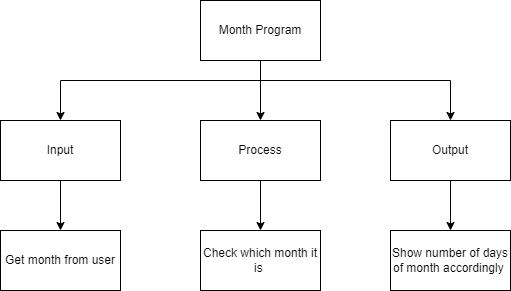
Earlier version of the draw.io export top-down.png (Huzaifa-Khalid-2/ICS3U-Unit4-07-Python). Source tidied: cells renumbered, new cells last; positions are measured from the earlier drawing's top-left corner, leaving out a move shared by most shapes. The source it was exported from:
```xml
<mxGraphModel>
  <root>
    <mxCell id="0" />
    <mxCell id="1" parent="0" />
    <mxCell id="2" style="edgeStyle=none;html=1;entryX=0.5;entryY=0;entryDx=0;entryDy=0;" parent="1" edge="1" source="5" target="7">
      <mxGeometry relative="1" as="geometry" />
    </mxCell>
    <mxCell id="3" style="edgeStyle=orthogonalEdgeStyle;html=1;rounded=0;" parent="1" edge="1" source="5" target="9">
      <mxGeometry relative="1" as="geometry">
        <Array as="points">
          <mxPoint x="260" y="80" />
          <mxPoint x="60" y="80" />
        </Array>
      </mxGeometry>
    </mxCell>
    <mxCell id="4" style="edgeStyle=orthogonalEdgeStyle;rounded=0;html=1;" parent="1" edge="1" source="5" target="11">
      <mxGeometry relative="1" as="geometry">
        <Array as="points">
          <mxPoint x="260" y="80" />
          <mxPoint x="450" y="80" />
        </Array>
      </mxGeometry>
    </mxCell>
    <mxCell id="5" value="Month Program" style="rounded=0;whiteSpace=wrap;html=1;" parent="1" vertex="1">
      <mxGeometry x="200" width="120" height="60" as="geometry" />
    </mxCell>
    <mxCell id="6" style="edgeStyle=orthogonalEdgeStyle;html=1;entryX=0.5;entryY=0;entryDx=0;entryDy=0;rounded=0;" parent="1" edge="1" source="7" target="13">
      <mxGeometry relative="1" as="geometry" />
    </mxCell>
    <mxCell id="7" value="Process" style="rounded=0;whiteSpace=wrap;html=1;" parent="1" vertex="1">
      <mxGeometry x="200" y="120" width="120" height="60" as="geometry" />
    </mxCell>
    <mxCell id="8" style="edgeStyle=orthogonalEdgeStyle;rounded=0;html=1;" parent="1" edge="1" source="9" target="12">
      <mxGeometry relative="1" as="geometry">
        <Array as="points">
          <mxPoint x="60" y="230" />
          <mxPoint x="60" y="230" />
        </Array>
      </mxGeometry>
    </mxCell>
    <mxCell id="9" value="Input" style="rounded=0;whiteSpace=wrap;html=1;" parent="1" vertex="1">
      <mxGeometry y="120" width="120" height="60" as="geometry" />
    </mxCell>
    <mxCell id="10" style="edgeStyle=orthogonalEdgeStyle;rounded=0;html=1;" parent="1" edge="1" source="11" target="14">
      <mxGeometry relative="1" as="geometry" />
    </mxCell>
    <mxCell id="11" value="Output" style="rounded=0;whiteSpace=wrap;html=1;" parent="1" vertex="1">
      <mxGeometry x="390" y="120" width="120" height="60" as="geometry" />
    </mxCell>
    <mxCell id="12" value="Get month from user" style="rounded=0;whiteSpace=wrap;html=1;" parent="1" vertex="1">
      <mxGeometry y="230" width="120" height="60" as="geometry" />
    </mxCell>
    <mxCell id="13" value="Check which month it is&amp;nbsp;" style="rounded=0;whiteSpace=wrap;html=1;" parent="1" vertex="1">
      <mxGeometry x="200" y="230" width="120" height="60" as="geometry" />
    </mxCell>
    <mxCell id="14" value="Show number of days of month accordingly&amp;nbsp;" style="rounded=0;whiteSpace=wrap;html=1;" parent="1" vertex="1">
      <mxGeometry x="390" y="230" width="120" height="60" as="geometry" />
    </mxCell>
  </root>
</mxGraphModel>
```
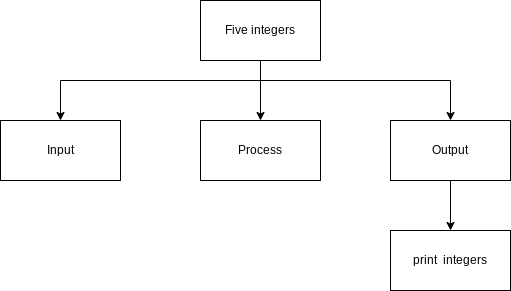
After the change.

Commit message:
edited_top_down

Change to the diagram source:
```diff
@@ -21,23 +21,12 @@
         </Array>
       </mxGeometry>
     </mxCell>
-    <mxCell id="5" value="Month Program" style="rounded=0;whiteSpace=wrap;html=1;" parent="1" vertex="1">
+    <mxCell id="5" value="Five integers" style="rounded=0;whiteSpace=wrap;html=1;" parent="1" vertex="1">
       <mxGeometry x="200" width="120" height="60" as="geometry" />
     </mxCell>
-    <mxCell id="6" style="edgeStyle=orthogonalEdgeStyle;html=1;entryX=0.5;entryY=0;entryDx=0;entryDy=0;rounded=0;" parent="1" edge="1" source="7" target="13">
-      <mxGeometry relative="1" as="geometry" />
-    </mxCell>
     <mxCell id="7" value="Process" style="rounded=0;whiteSpace=wrap;html=1;" parent="1" vertex="1">
       <mxGeometry x="200" y="120" width="120" height="60" as="geometry" />
     </mxCell>
-    <mxCell id="8" style="edgeStyle=orthogonalEdgeStyle;rounded=0;html=1;" parent="1" edge="1" source="9" target="12">
-      <mxGeometry relative="1" as="geometry">
-        <Array as="points">
-          <mxPoint x="60" y="230" />
-          <mxPoint x="60" y="230" />
-        </Array>
-      </mxGeometry>
-    </mxCell>
     <mxCell id="9" value="Input" style="rounded=0;whiteSpace=wrap;html=1;" parent="1" vertex="1">
       <mxGeometry y="120" width="120" height="60" as="geometry" />
     </mxCell>
@@ -47,13 +36,7 @@
     <mxCell id="11" value="Output" style="rounded=0;whiteSpace=wrap;html=1;" parent="1" vertex="1">
       <mxGeometry x="390" y="120" width="120" height="60" as="geometry" />
     </mxCell>
-    <mxCell id="12" value="Get month from user" style="rounded=0;whiteSpace=wrap;html=1;" parent="1" vertex="1">
-      <mxGeometry y="230" width="120" height="60" as="geometry" />
-    </mxCell>
-    <mxCell id="13" value="Check which month it is&amp;nbsp;" style="rounded=0;whiteSpace=wrap;html=1;" parent="1" vertex="1">
-      <mxGeometry x="200" y="230" width="120" height="60" as="geometry" />
-    </mxCell>
-    <mxCell id="14" value="Show number of days of month accordingly&amp;nbsp;" style="rounded=0;whiteSpace=wrap;html=1;" parent="1" vertex="1">
+    <mxCell id="14" value="print&amp;nbsp; integers" style="rounded=0;whiteSpace=wrap;html=1;" parent="1" vertex="1">
       <mxGeometry x="390" y="230" width="120" height="60" as="geometry" />
     </mxCell>
   </root>
```
